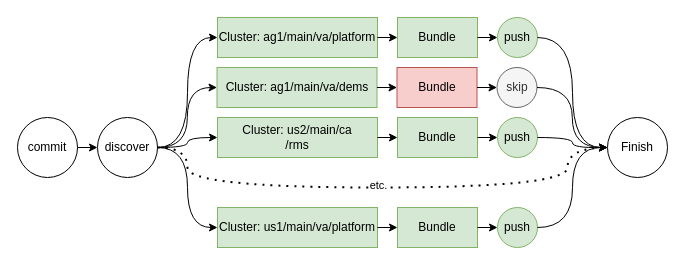
Above: k8s-deploy-bundler-flow.drawio in khuedoan/diagrams (draw.io), before the change. Source tidied: cells renumbered, new cells numbered last; positions are measured from the earlier drawing's top-left corner, leaving out a move shared by most shapes. Both pictures are drawn from the tidied source at 100%, with x=0, y=0 at pixel (17, 17).
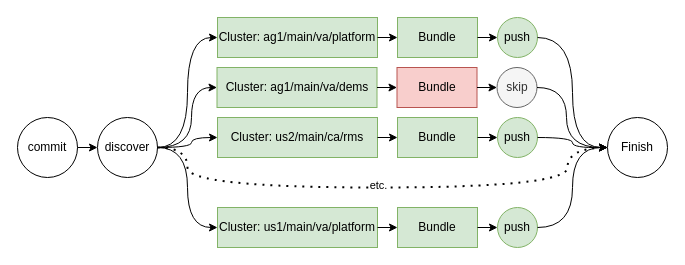
The same page after the edit.

The change refers to these unchanged cells:
```xml
<mxCell id="3" value="discover" style="ellipse;whiteSpace=wrap;html=1;" parent="1" vertex="1">
  <mxGeometry x="80" y="100" width="60" height="60" as="geometry" />
</mxCell>
<mxCell id="7" value="&lt;div&gt;Finish&lt;/div&gt;" style="ellipse;whiteSpace=wrap;html=1;" parent="1" vertex="1">
  <mxGeometry x="590" y="100" width="60" height="60" as="geometry" />
</mxCell>
<mxCell id="13" value="Cluster: ag1/main/va/dems" style="rounded=0;whiteSpace=wrap;html=1;fillColor=#d5e8d4;strokeColor=#82b366;" parent="1" vertex="1">
  <mxGeometry x="199.5" y="50" width="160" height="40" as="geometry" />
</mxCell>
<mxCell id="15" value="skip" style="ellipse;whiteSpace=wrap;html=1;strokeColor=#666666;fillColor=#f5f5f5;fontColor=#333333;" parent="1" vertex="1">
  <mxGeometry x="479.5" y="50" width="40" height="40" as="geometry" />
</mxCell>
```

What changed in the source:
```diff
@@
     <mxCell id="16" style="endArrow=classic;html=1;rounded=0;exitX=1;exitY=0.5;exitDx=0;exitDy=0;entryX=0;entryY=0.5;entryDx=0;entryDy=0;edgeStyle=orthogonalEdgeStyle;curved=1;" parent="1" edge="1" source="3" target="13">
-      <mxGeometry relative="1" as="geometry" />
+      <mxGeometry relative="1" as="geometry">
+        <Array as="points">
+          <mxPoint x="174" y="130" />
+          <mxPoint x="174" y="70" />
+        </Array>
+      </mxGeometry>
     </mxCell>
@@
     <mxCell id="19" style="endArrow=classic;html=1;rounded=0;exitX=1;exitY=0.5;exitDx=0;exitDy=0;entryX=0;entryY=0.5;entryDx=0;entryDy=0;edgeStyle=orthogonalEdgeStyle;curved=1;" parent="1" edge="1" source="15" target="7">
-      <mxGeometry relative="1" as="geometry" />
+      <mxGeometry relative="1" as="geometry">
+        <Array as="points">
+          <mxPoint x="549" y="70" />
+          <mxPoint x="549" y="130" />
+        </Array>
+      </mxGeometry>
     </mxCell>
-    <mxCell id="20" value="&lt;div&gt;Cluster: us2/main/ca&lt;/div&gt;&lt;div&gt;/rms&lt;/div&gt;" style="rounded=0;whiteSpace=wrap;html=1;fillColor=#d5e8d4;strokeColor=#82b366;" parent="1" vertex="1">
+    <mxCell id="20" value="&lt;div&gt;Cluster: us2/main/ca/rms&lt;/div&gt;" style="rounded=0;whiteSpace=wrap;html=1;fillColor=#d5e8d4;strokeColor=#82b366;" parent="1" vertex="1">
       <mxGeometry x="200" y="100" width="160" height="40" as="geometry" />
     </mxCell>
@@
     <mxCell id="23" style="endArrow=classic;html=1;rounded=0;exitX=1;exitY=0.5;exitDx=0;exitDy=0;entryX=0;entryY=0.5;entryDx=0;entryDy=0;edgeStyle=orthogonalEdgeStyle;curved=1;" parent="1" edge="1" source="3" target="20">
-      <mxGeometry relative="1" as="geometry" />
+      <mxGeometry relative="1" as="geometry">
+        <Array as="points">
+          <mxPoint x="174" y="130" />
+          <mxPoint x="174" y="120" />
+        </Array>
+      </mxGeometry>
     </mxCell>
```
